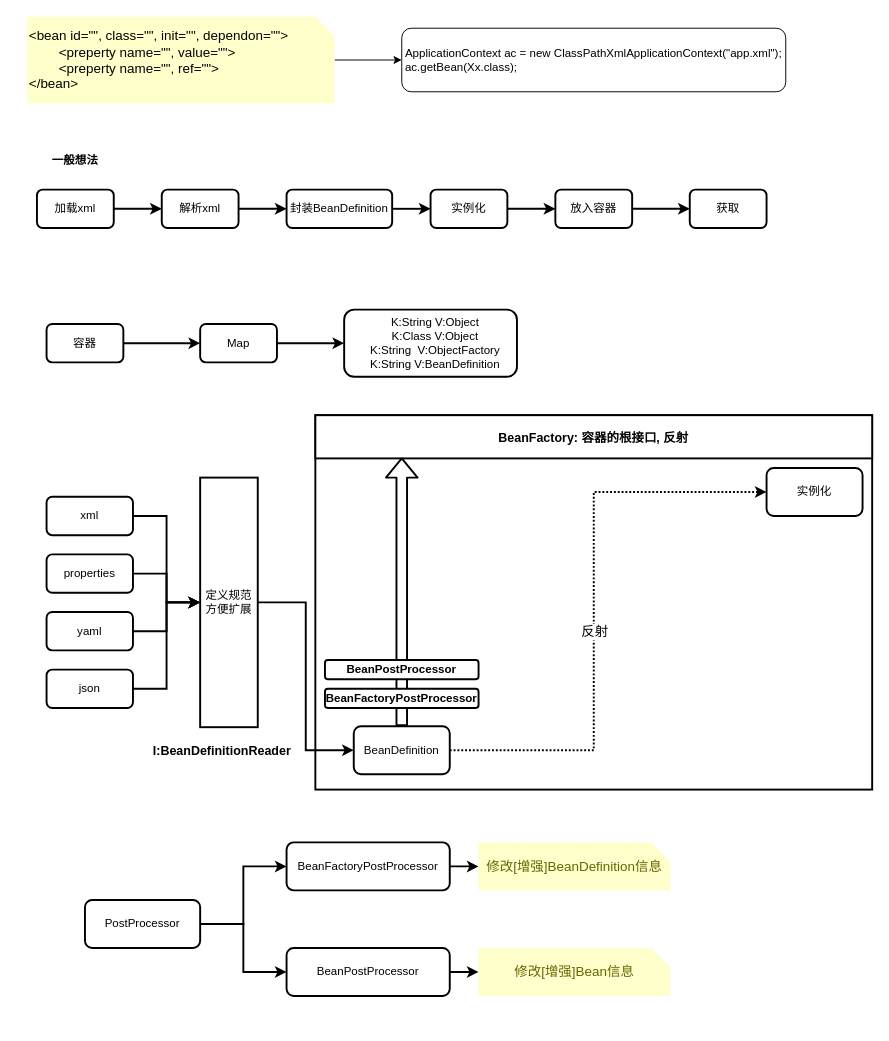
Above: diagram/01.spring-overview.drawio in Alice52/spring-5.2.x (draw.io), before the change. Source tidied: cells renumbered, new cells numbered last; positions are measured from the earlier drawing's top-left corner, leaving out a move shared by most shapes. Both pictures are drawn from the tidied source at 96%, with x=0, y=0 at pixel (27, 16).
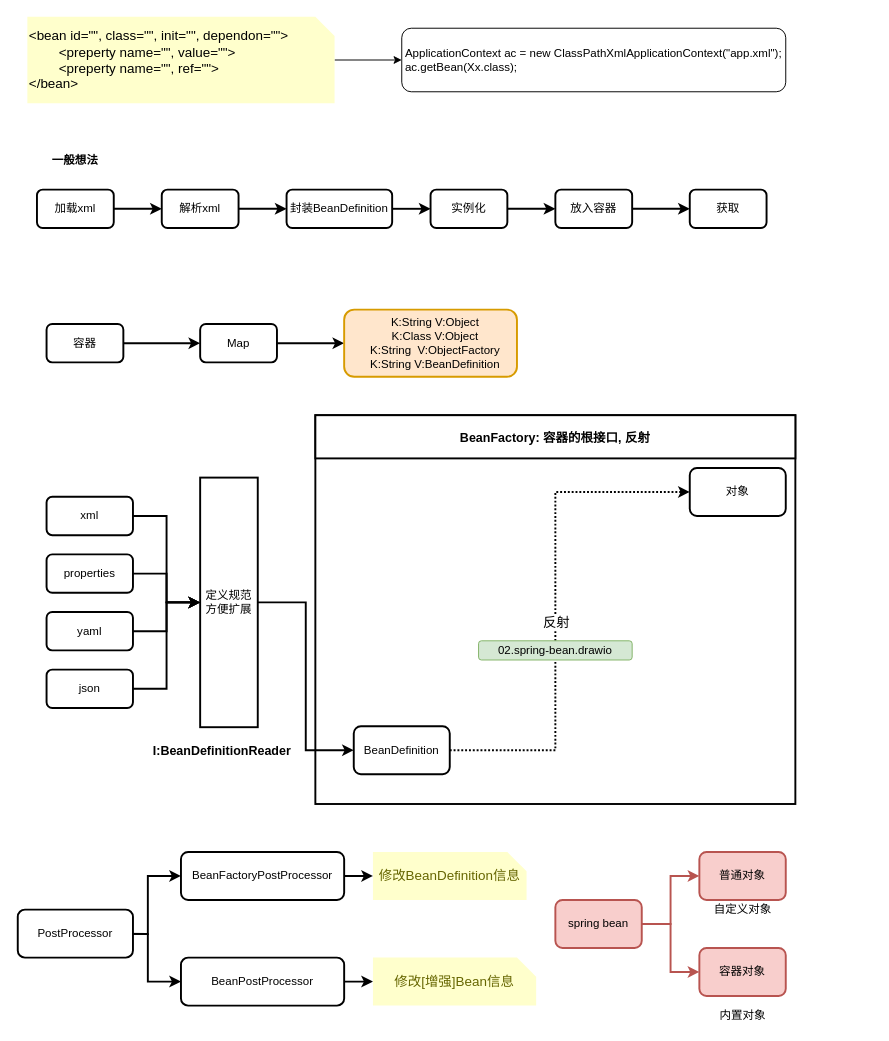
The same diagram, later.

Commit message (it also covers changes not shown here):
add spring overview flow and bean lifecycle

The change refers to these unchanged cells:
```xml
<mxCell id="36" value="&lt;span&gt;BeanDefinition&lt;/span&gt;" style="rounded=1;whiteSpace=wrap;html=1;strokeWidth=2;" parent="1" vertex="1">
  <mxGeometry x="340" y="739" width="100" height="50" as="geometry" />
</mxCell>
```

What changed in the source:
```diff
@@
     <mxCell id="2" style="rounded=0;whiteSpace=wrap;html=1;strokeWidth=2;" parent="1" vertex="1">
-      <mxGeometry x="300" y="415" width="580" height="390" as="geometry" />
+      <mxGeometry x="300" y="415" width="500" height="405" as="geometry" />
     </mxCell>
@@
-    <mxCell id="22" value="&amp;nbsp; &amp;nbsp;K:String V:Object&lt;br&gt;&amp;nbsp; &amp;nbsp;K:Class V:Object&lt;br&gt;&amp;nbsp; &amp;nbsp;K:String&amp;nbsp; V:ObjectFactory&lt;br&gt;&amp;nbsp; &amp;nbsp;K:String V:BeanDefinition" style="rounded=1;whiteSpace=wrap;html=1;strokeWidth=2;align=center;" parent="1" vertex="1">
+    <mxCell id="22" value="&amp;nbsp; &amp;nbsp;K:String V:Object&lt;br&gt;&amp;nbsp; &amp;nbsp;K:Class V:Object&lt;br&gt;&amp;nbsp; &amp;nbsp;K:String&amp;nbsp; V:ObjectFactory&lt;br&gt;&amp;nbsp; &amp;nbsp;K:String V:BeanDefinition" style="rounded=1;whiteSpace=wrap;html=1;strokeWidth=2;align=center;fillColor=#ffe6cc;strokeColor=#d79b00;" parent="1" vertex="1">
       <mxGeometry x="330" y="305" width="180" height="70" as="geometry" />
     </mxCell>
@@
     <mxCell id="34" style="edgeStyle=orthogonalEdgeStyle;rounded=0;jettySize=auto;html=1;strokeWidth=2;dashed=1;dashPattern=1 1;" parent="1" edge="1" source="36" target="37">
       <mxGeometry relative="1" as="geometry">
         <Array as="points">
-          <mxPoint x="590" y="764" />
-          <mxPoint x="590" y="495" />
+          <mxPoint x="550" y="764" />
+          <mxPoint x="550" y="495" />
         </Array>
       </mxGeometry>
     </mxCell>
@@
-    <mxCell id="37" value="&lt;span&gt;实例化&lt;/span&gt;" style="rounded=1;whiteSpace=wrap;html=1;strokeWidth=2;" parent="1" vertex="1">
-      <mxGeometry x="770" y="470" width="100" height="50" as="geometry" />
+    <mxCell id="37" value="对象" style="rounded=1;whiteSpace=wrap;html=1;strokeWidth=2;" parent="1" vertex="1">
+      <mxGeometry x="690" y="470" width="100" height="50" as="geometry" />
     </mxCell>
     <mxCell id="38" value="&lt;b&gt;&lt;font style=&quot;font-size: 13px&quot;&gt;BeanFactory: 容器的根接口, 反射&lt;/font&gt;&lt;/b&gt;" style="rounded=0;whiteSpace=wrap;html=1;strokeWidth=2;" parent="1" vertex="1">
-      <mxGeometry x="300" y="415" width="580" height="45" as="geometry" />
+      <mxGeometry x="300" y="415" width="500" height="45" as="geometry" />
     </mxCell>
-    <mxCell id="39" style="shape=flexArrow;endArrow=classic;html=1;strokeWidth=2;exitX=0.5;exitY=0;exitDx=0;exitDy=0;" parent="1" edge="1" source="36">
-      <mxGeometry relative="1" as="geometry">
-        <mxPoint x="390" y="459" as="targetPoint" />
-      </mxGeometry>
-    </mxCell>
-    <mxCell id="40" value="&lt;b&gt;BeanFactoryPostProcessor&lt;/b&gt;" style="rounded=1;whiteSpace=wrap;html=1;strokeWidth=2;" parent="1" vertex="1">
-      <mxGeometry x="310" y="700" width="160" height="20" as="geometry" />
-    </mxCell>
-    <mxCell id="41" style="edgeStyle=orthogonalEdgeStyle;rounded=0;jettySize=auto;html=1;entryX=0;entryY=0.5;entryDx=0;entryDy=0;strokeWidth=2;" parent="1" edge="1" source="43" target="47">
-      <mxGeometry relative="1" as="geometry" />
+    <mxCell id="41" style="edgeStyle=orthogonalEdgeStyle;rounded=0;jettySize=auto;html=1;entryX=0;entryY=0.5;entryDx=0;entryDy=0;strokeWidth=2;" parent="1" edge="1" target="47">
+      <mxGeometry relative="1" as="geometry">
+        <mxPoint x="90" y="955" as="sourcePoint" />
+      </mxGeometry>
     </mxCell>
-    <mxCell id="42" style="edgeStyle=orthogonalEdgeStyle;rounded=0;jettySize=auto;html=1;entryX=0;entryY=0.5;entryDx=0;entryDy=0;strokeWidth=2;" parent="1" edge="1" source="43" target="45">
-      <mxGeometry relative="1" as="geometry" />
+    <mxCell id="42" style="edgeStyle=orthogonalEdgeStyle;rounded=0;jettySize=auto;html=1;entryX=0;entryY=0.5;entryDx=0;entryDy=0;strokeWidth=2;" parent="1" edge="1" target="45">
+      <mxGeometry relative="1" as="geometry">
+        <mxPoint x="90" y="955" as="sourcePoint" />
+      </mxGeometry>
     </mxCell>
     <mxCell id="43" value="PostProcessor" style="rounded=1;whiteSpace=wrap;html=1;strokeWidth=2;" parent="1" vertex="1">
-      <mxGeometry x="60" y="920" width="120" height="50" as="geometry" />
+      <mxGeometry x="-10" y="930" width="120" height="50" as="geometry" />
     </mxCell>
@@
     <mxCell id="45" value="BeanFactoryPostProcessor" style="rounded=1;whiteSpace=wrap;html=1;strokeWidth=2;" parent="1" vertex="1">
-      <mxGeometry x="270" y="860" width="170" height="50" as="geometry" />
+      <mxGeometry x="160" y="870" width="170" height="50" as="geometry" />
     </mxCell>
@@
     <mxCell id="47" value="BeanPostProcessor" style="rounded=1;whiteSpace=wrap;html=1;strokeWidth=2;" parent="1" vertex="1">
-      <mxGeometry x="270" y="970" width="170" height="50" as="geometry" />
+      <mxGeometry x="160" y="980" width="170" height="50" as="geometry" />
     </mxCell>
-    <mxCell id="48" value="修改[增强]BeanDefinition信息" style="shape=note;strokeWidth=2;fontSize=14;size=20;whiteSpace=wrap;html=1;fontColor=#666600;strokeColor=none;fillColor=#FFFFCC;" parent="1" vertex="1">
-      <mxGeometry x="470" y="860" width="200" height="50" as="geometry" />
+    <mxCell id="48" value="修改BeanDefinition信息" style="shape=note;strokeWidth=2;fontSize=14;size=20;whiteSpace=wrap;html=1;fontColor=#666600;strokeColor=none;fillColor=#FFFFCC;" parent="1" vertex="1">
+      <mxGeometry x="360" y="870" width="160" height="50" as="geometry" />
     </mxCell>
     <mxCell id="49" value="修改[增强]Bean信息" style="shape=note;strokeWidth=2;fontSize=14;size=20;whiteSpace=wrap;html=1;fontColor=#666600;strokeColor=none;fillColor=#FFFFCC;" parent="1" vertex="1">
-      <mxGeometry x="470" y="970" width="200" height="50" as="geometry" />
+      <mxGeometry x="360" y="980" width="170" height="50" as="geometry" />
     </mxCell>
-    <mxCell id="50" value="&lt;b&gt;BeanPostProcessor&lt;/b&gt;" style="rounded=1;whiteSpace=wrap;html=1;strokeWidth=2;" parent="1" vertex="1">
-      <mxGeometry x="310" y="670" width="160" height="20" as="geometry" />
+    <mxCell id="50" value="&lt;span&gt;02.spring-bean.drawio&lt;/span&gt;" style="rounded=1;whiteSpace=wrap;html=1;strokeWidth=1;fontStyle=0;fillColor=#d5e8d4;strokeColor=#82b366;" parent="1" vertex="1">
+      <mxGeometry x="470" y="650" width="160" height="20" as="geometry" />
     </mxCell>
+    <mxCell id="51" style="edgeStyle=orthogonalEdgeStyle;rounded=0;jettySize=auto;html=1;strokeWidth=2;fillColor=#f8cecc;strokeColor=#b85450;" parent="1" edge="1" source="53" target="54">
+      <mxGeometry relative="1" as="geometry" />
+    </mxCell>
+    <mxCell id="52" style="edgeStyle=orthogonalEdgeStyle;rounded=0;jettySize=auto;html=1;entryX=0;entryY=0.5;entryDx=0;entryDy=0;strokeWidth=2;fillColor=#f8cecc;strokeColor=#b85450;" parent="1" edge="1" source="53" target="55">
+      <mxGeometry relative="1" as="geometry" />
+    </mxCell>
+    <mxCell id="53" value="spring bean" style="rounded=1;whiteSpace=wrap;html=1;strokeWidth=2;fillColor=#f8cecc;strokeColor=#b85450;" parent="1" vertex="1">
+      <mxGeometry x="550" y="920" width="90" height="50" as="geometry" />
+    </mxCell>
+    <mxCell id="54" value="普通对象" style="rounded=1;whiteSpace=wrap;html=1;strokeWidth=2;fillColor=#f8cecc;strokeColor=#b85450;" parent="1" vertex="1">
+      <mxGeometry x="700" y="870" width="90" height="50" as="geometry" />
+    </mxCell>
+    <mxCell id="55" value="容器对象" style="rounded=1;whiteSpace=wrap;html=1;strokeWidth=2;fillColor=#f8cecc;strokeColor=#b85450;" parent="1" vertex="1">
+      <mxGeometry x="700" y="970" width="90" height="50" as="geometry" />
+    </mxCell>
+    <mxCell id="56" value="内置对象" style="text;html=1;align=center;verticalAlign=middle;strokeColor=none;" parent="1" vertex="1">
+      <mxGeometry x="715" y="1030" width="60" height="20" as="geometry" />
+    </mxCell>
+    <mxCell id="57" value="自定义对象" style="text;html=1;align=center;verticalAlign=middle;strokeColor=none;" parent="1" vertex="1">
+      <mxGeometry x="705" y="920" width="80" height="20" as="geometry" />
+    </mxCell>
```
